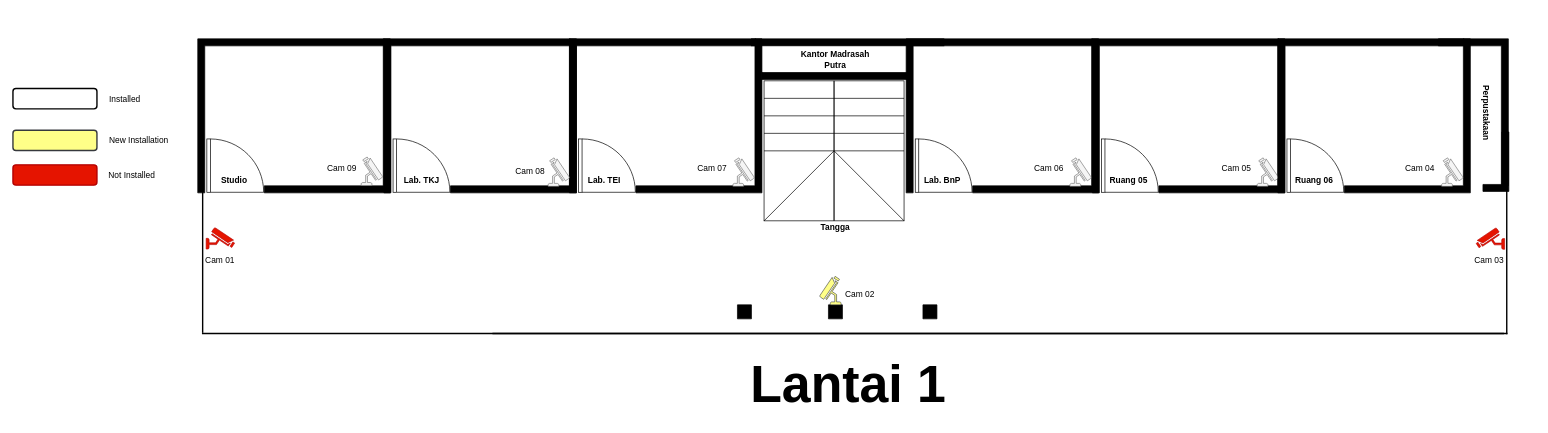
Above: page "1st - floor" (1 of 4) of Diagram Tanpa Judul.drawio in mohammadrifanmushlih17/My-Project-Draw (draw.io), before the change. Source tidied: cells renumbered, new cells numbered last; positions are measured from the earlier drawing's top-left corner, leaving out a move shared by most shapes. Both pictures are drawn from the tidied source at 70%, with x=0, y=0 at pixel (13, 38).
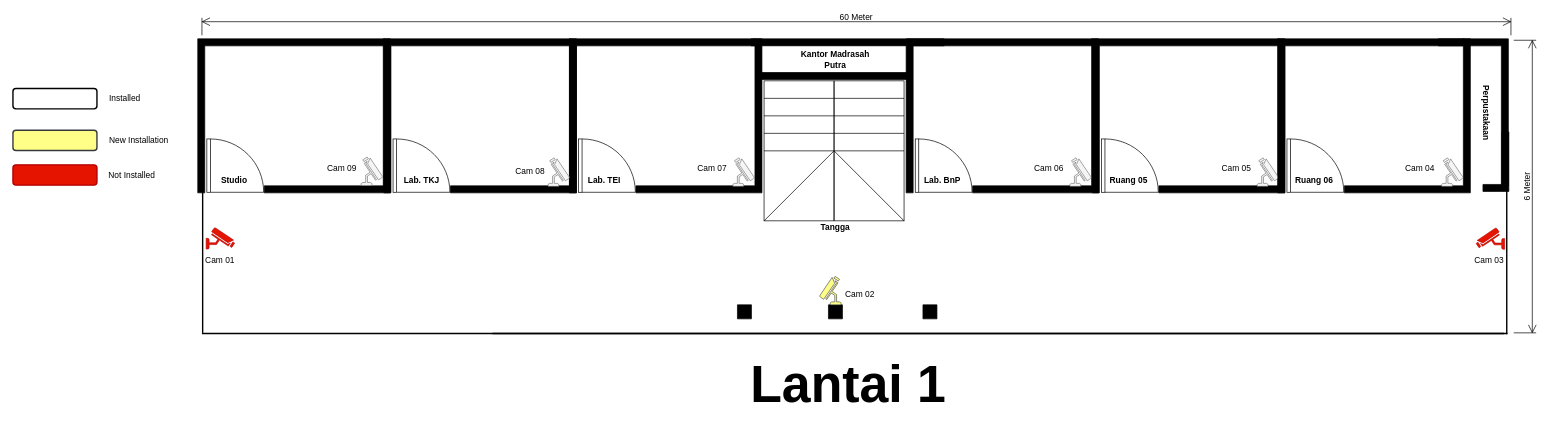
Above is the later version.

The edit, as a diff of the source:
```diff
@@
+    <mxCell id="70" value="60 Meter" style="shape=dimension;direction=west;whiteSpace=wrap;html=1;align=center;verticalAlign=top;spacingTop=-15;labelBackgroundColor=none;" parent="1" vertex="1">
+      <mxGeometry x="270" y="-30" width="1870" height="25" as="geometry" />
+    </mxCell>
+    <mxCell id="71" value="6 Meter" style="shape=dimension;direction=north;whiteSpace=wrap;html=1;align=center;verticalAlign=bottom;labelBackgroundColor=none;horizontal=0;spacingBottom=3;" parent="1" vertex="1">
+      <mxGeometry x="2144" y="2" width="32" height="418" as="geometry" />
+    </mxCell>
```
